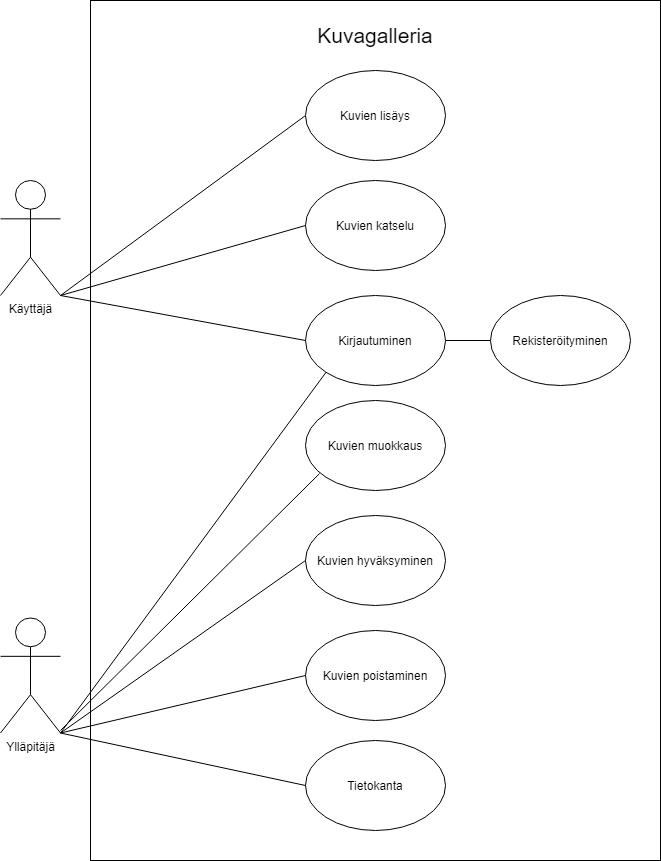
Before: usecase.png, a diagram exported from draw.io (J0nttu123/kuvagalleria). Source tidied: cells renumbered, new cells last; positions are measured from the earlier drawing's top-left corner, leaving out a move shared by most shapes.
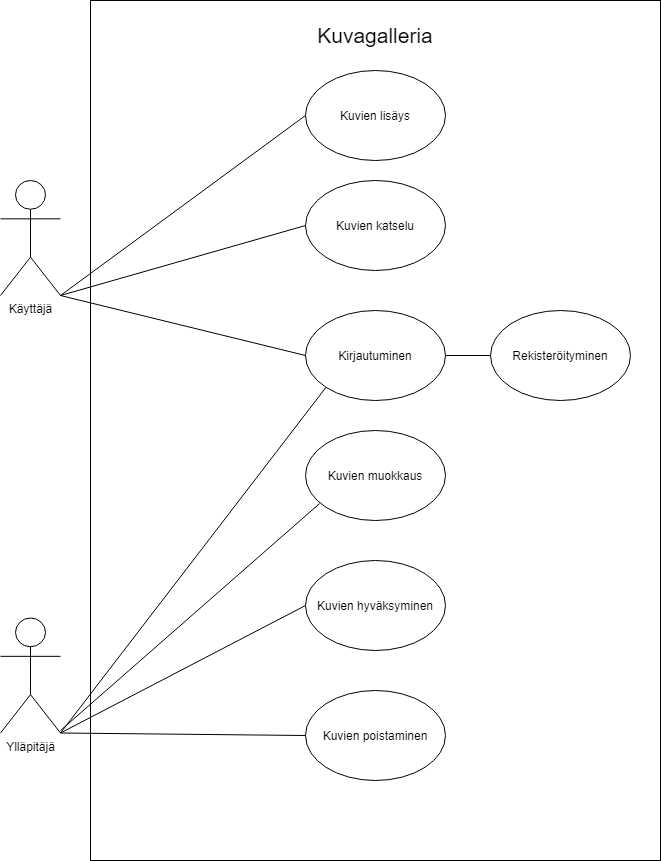
Above is the later version.

The edit, as a diff of the source:
```diff
@@ -14,14 +14,11 @@
     <mxCell id="5" value="&lt;font style=&quot;font-size: 21px&quot;&gt;Kuvagalleria&lt;/font&gt;" style="text;html=1;strokeColor=none;fillColor=none;align=center;verticalAlign=middle;whiteSpace=wrap;rounded=0;" parent="1" vertex="1">
       <mxGeometry x="297" width="156" height="70" as="geometry" />
     </mxCell>
-    <mxCell id="6" value="Tietokanta" style="ellipse;whiteSpace=wrap;html=1;" parent="1" vertex="1">
-      <mxGeometry x="305" y="740" width="140" height="90" as="geometry" />
-    </mxCell>
     <mxCell id="7" value="Kuvien poistaminen" style="ellipse;whiteSpace=wrap;html=1;" parent="1" vertex="1">
-      <mxGeometry x="305" y="630" width="140" height="90" as="geometry" />
+      <mxGeometry x="305" y="690" width="140" height="90" as="geometry" />
     </mxCell>
     <mxCell id="8" value="Kuvien hyväksyminen" style="ellipse;whiteSpace=wrap;html=1;" parent="1" vertex="1">
-      <mxGeometry x="305" y="515" width="140" height="90" as="geometry" />
+      <mxGeometry x="305" y="560" width="140" height="90" as="geometry" />
     </mxCell>
     <mxCell id="9" value="Kuvien lisäys" style="ellipse;whiteSpace=wrap;html=1;" parent="1" vertex="1">
       <mxGeometry x="305" y="70" width="140" height="90" as="geometry" />
@@ -30,17 +27,14 @@
       <mxGeometry x="305" y="180" width="140" height="90" as="geometry" />
     </mxCell>
     <mxCell id="11" value="Kirjautuminen" style="ellipse;whiteSpace=wrap;html=1;" parent="1" vertex="1">
-      <mxGeometry x="305" y="295" width="140" height="90" as="geometry" />
+      <mxGeometry x="305" y="310" width="140" height="90" as="geometry" />
     </mxCell>
     <mxCell id="12" value="Kuvien muokkaus" style="ellipse;whiteSpace=wrap;html=1;" parent="1" vertex="1">
-      <mxGeometry x="305" y="400" width="140" height="90" as="geometry" />
+      <mxGeometry x="305" y="430" width="140" height="90" as="geometry" />
     </mxCell>
     <mxCell id="13" style="endArrow=none;html=1;exitX=1;exitY=1;exitDx=0;exitDy=0;exitPerimeter=0;entryX=0;entryY=0.5;entryDx=0;entryDy=0;" parent="1" edge="1" source="4" target="9">
       <mxGeometry relative="1" as="geometry" />
     </mxCell>
-    <mxCell id="14" style="endArrow=none;html=1;exitX=1;exitY=1;exitDx=0;exitDy=0;exitPerimeter=0;entryX=0;entryY=0.5;entryDx=0;entryDy=0;" parent="1" edge="1" source="3" target="6">
-      <mxGeometry relative="1" as="geometry" />
-    </mxCell>
     <mxCell id="15" style="endArrow=none;html=1;exitX=1;exitY=1;exitDx=0;exitDy=0;exitPerimeter=0;entryX=0;entryY=0.5;entryDx=0;entryDy=0;" parent="1" edge="1" source="3" target="7">
       <mxGeometry relative="1" as="geometry" />
     </mxCell>
@@ -62,7 +56,7 @@
       <mxGeometry relative="1" as="geometry" />
     </mxCell>
     <mxCell id="21" value="Rekisteröityminen" style="ellipse;whiteSpace=wrap;html=1;" parent="1" vertex="1">
-      <mxGeometry x="490" y="295" width="140" height="90" as="geometry" />
+      <mxGeometry x="490" y="310" width="140" height="90" as="geometry" />
     </mxCell>
     <mxCell id="22" style="endArrow=none;html=1;exitX=1;exitY=0.5;exitDx=0;exitDy=0;entryX=0;entryY=0.5;entryDx=0;entryDy=0;" parent="1" edge="1" source="11" target="21">
       <mxGeometry relative="1" as="geometry" />
```
